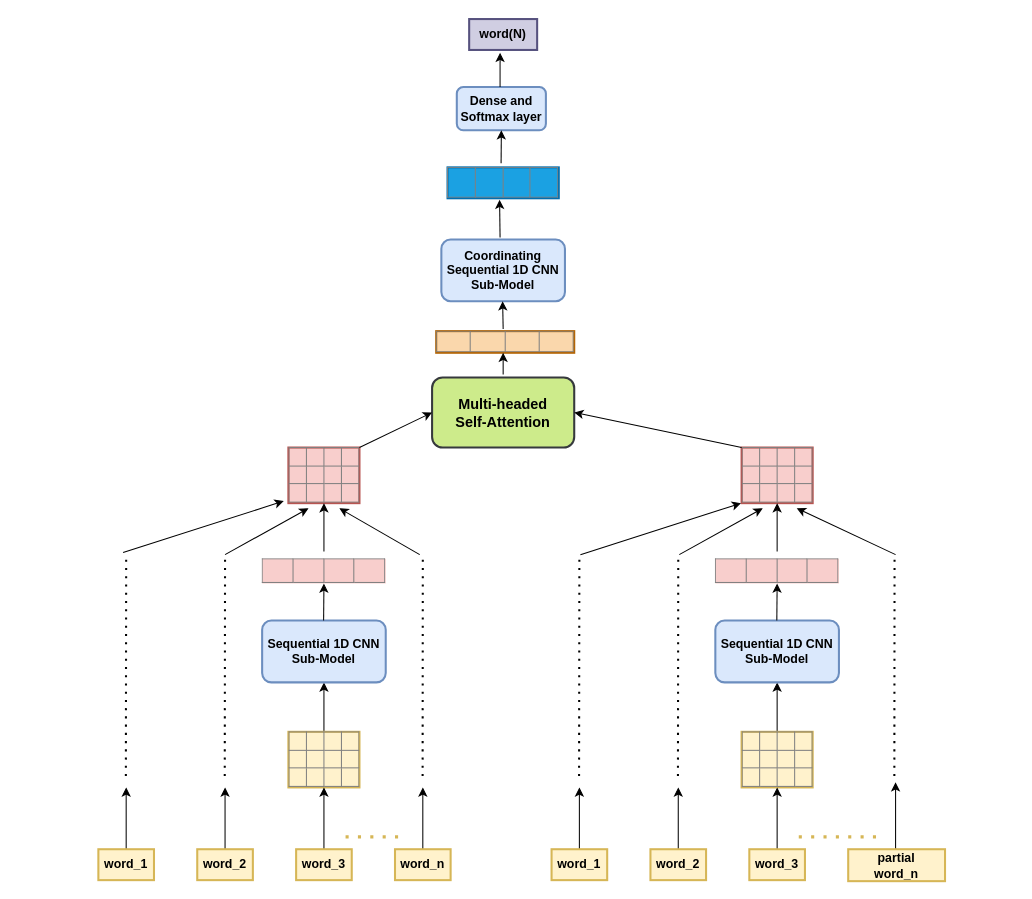
The draw.io diagram Untitled Diagram.drawio in mahbubhimel/Html, before the edit. Source tidied: cells renumbered, new cells numbered last; positions are measured from the earlier drawing's top-left corner, leaving out a move shared by most shapes. Both pictures are drawn from the tidied source at 103%, with x=0, y=0 at pixel (98, 19).
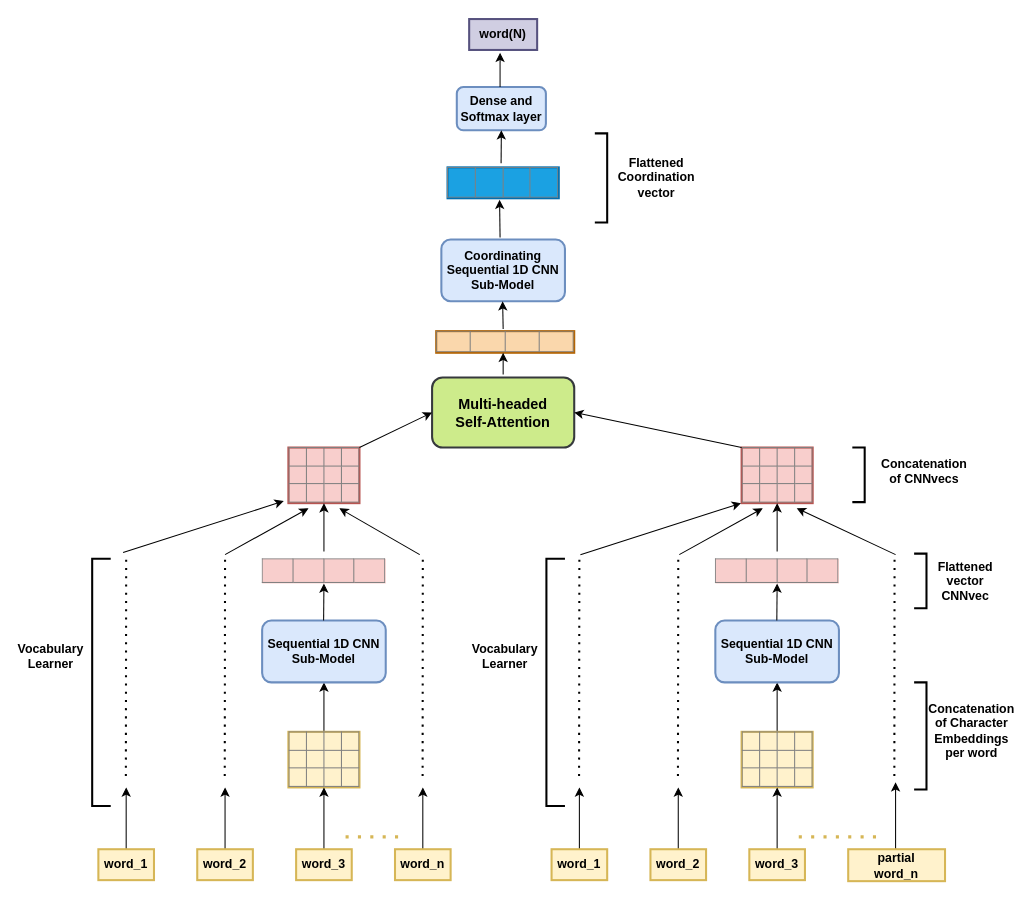
After the change.

Diff of the diagram source:
```diff
@@
+    <mxCell id="59" style="strokeWidth=2;html=1;shape=mxgraph.flowchart.annotation_1;align=left;fillColor=#ffffff;gradientColor=#ffffff;" parent="1" vertex="1">
+      <mxGeometry x="-6" y="524" width="18" height="240" as="geometry" />
+    </mxCell>
+    <mxCell id="60" style="strokeWidth=2;html=1;shape=mxgraph.flowchart.annotation_1;align=left;fillColor=#ffffff;gradientColor=#ffffff;rotation=-180;" parent="1" vertex="1">
+      <mxGeometry x="792" y="644" width="12" height="104" as="geometry" />
+    </mxCell>
+    <mxCell id="61" style="strokeWidth=2;html=1;shape=mxgraph.flowchart.annotation_1;align=left;fillColor=#ffffff;gradientColor=#ffffff;rotation=-180;" parent="1" vertex="1">
+      <mxGeometry x="792" y="519" width="12" height="53" as="geometry" />
+    </mxCell>
+    <mxCell id="62" style="strokeWidth=2;html=1;shape=mxgraph.flowchart.annotation_1;align=left;fillColor=#ffffff;gradientColor=#ffffff;rotation=-180;" parent="1" vertex="1">
+      <mxGeometry x="732" y="416" width="12" height="53" as="geometry" />
+    </mxCell>
+    <mxCell id="63" style="strokeWidth=2;html=1;shape=mxgraph.flowchart.annotation_1;align=left;fillColor=#ffffff;gradientColor=#ffffff;rotation=-180;" parent="1" vertex="1">
+      <mxGeometry x="482" y="111" width="12" height="86.5" as="geometry" />
+    </mxCell>
+    <mxCell id="64" value="&lt;b&gt;Vocabulary&lt;br&gt;Learner&lt;/b&gt;" style="text;html=1;strokeColor=none;fillColor=none;align=center;verticalAlign=middle;whiteSpace=wrap;rounded=0;" parent="1" vertex="1">
+      <mxGeometry x="-66" y="609" width="40" height="20" as="geometry" />
+    </mxCell>
+    <mxCell id="65" style="strokeWidth=2;html=1;shape=mxgraph.flowchart.annotation_1;align=left;fillColor=#ffffff;gradientColor=#ffffff;" parent="1" vertex="1">
+      <mxGeometry x="435" y="524" width="18" height="240" as="geometry" />
+    </mxCell>
+    <mxCell id="66" value="&lt;b&gt;Vocabulary&lt;br&gt;Learner&lt;/b&gt;" style="text;html=1;strokeColor=none;fillColor=none;align=center;verticalAlign=middle;whiteSpace=wrap;rounded=0;" parent="1" vertex="1">
+      <mxGeometry x="375" y="609" width="40" height="20" as="geometry" />
+    </mxCell>
+    <mxCell id="67" value="&lt;b&gt;Concatenation of Character Embeddings per word&lt;/b&gt;" style="text;html=1;strokeColor=none;fillColor=none;align=center;verticalAlign=middle;whiteSpace=wrap;rounded=0;" parent="1" vertex="1">
+      <mxGeometry x="828" y="681" width="40" height="20" as="geometry" />
+    </mxCell>
+    <mxCell id="68" value="&lt;b&gt;Flattened vector CNNvec&lt;/b&gt;" style="text;html=1;strokeColor=none;fillColor=none;align=center;verticalAlign=middle;whiteSpace=wrap;rounded=0;" parent="1" vertex="1">
+      <mxGeometry x="822" y="535.5" width="40" height="20" as="geometry" />
+    </mxCell>
+    <mxCell id="69" value="&lt;b&gt;Concatenation of CNNvecs&lt;/b&gt;" style="text;html=1;strokeColor=none;fillColor=none;align=center;verticalAlign=middle;whiteSpace=wrap;rounded=0;" parent="1" vertex="1">
+      <mxGeometry x="782" y="429" width="40" height="20" as="geometry" />
+    </mxCell>
+    <mxCell id="70" value="&lt;b&gt;Flattened Coordination vector&lt;/b&gt;" style="text;html=1;strokeColor=none;fillColor=none;align=center;verticalAlign=middle;whiteSpace=wrap;rounded=0;" parent="1" vertex="1">
+      <mxGeometry x="522" y="144" width="40" height="20" as="geometry" />
+    </mxCell>
```
